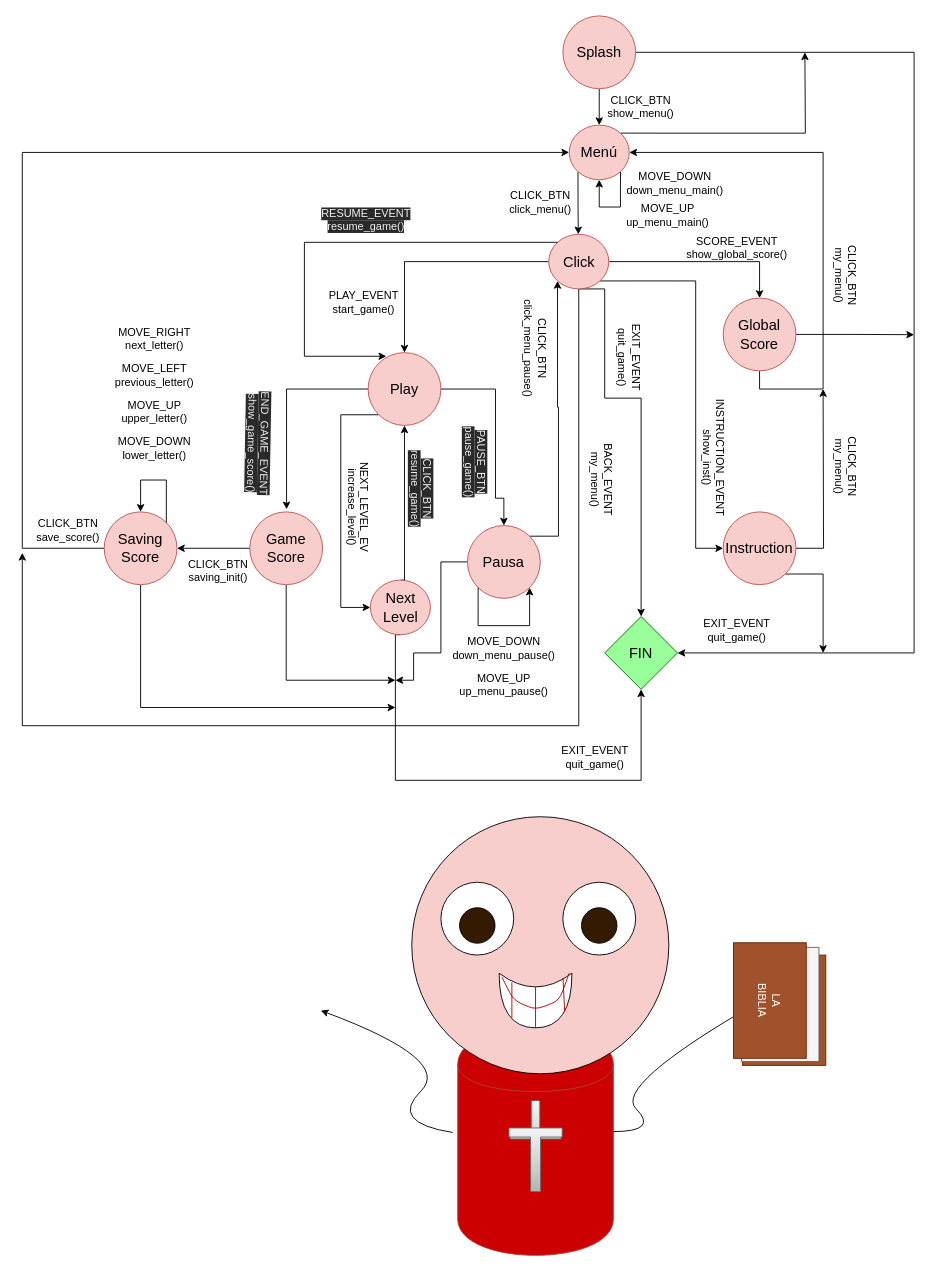
Above: some files/fsm_sketch.dio in KevinWahle/Programacion-1-TP-Integrador (draw.io), before the change. Source tidied: cells renumbered, new cells numbered last; positions are measured from the earlier drawing's top-left corner, leaving out a move shared by most shapes. Both pictures are drawn from the tidied source at 91%, with x=0, y=0 at pixel (22, 15).
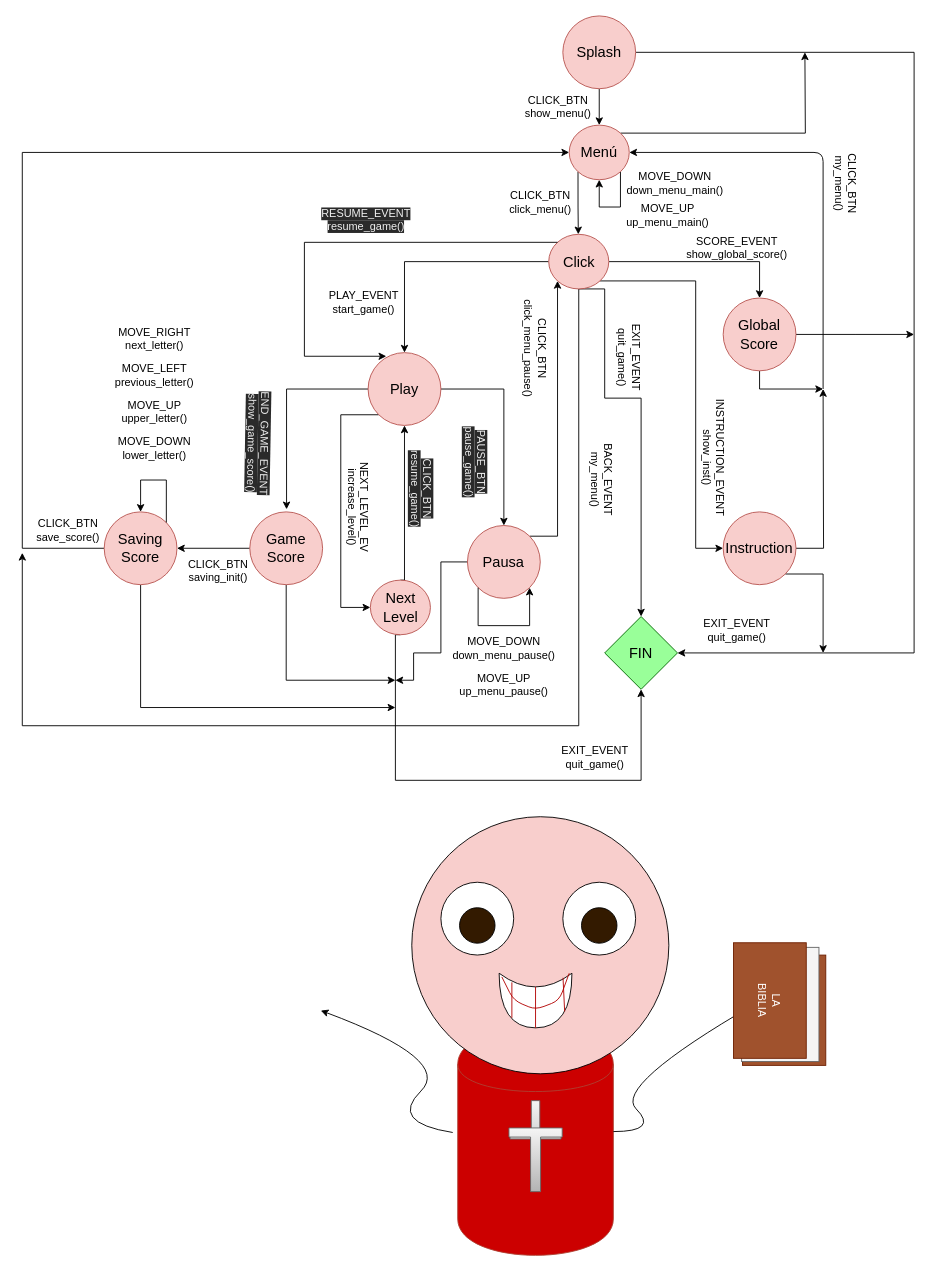
The same diagram, later.

The change refers to these unchanged cells:
```xml
<mxCell id="7" value="Menú" style="ellipse;whiteSpace=wrap;html=1;fillColor=#f8cecc;strokeColor=#b85450;fontColor=#000000;fontSize=16;" parent="1" vertex="1">
  <mxGeometry x="601" y="120" width="66" height="60" as="geometry" />
</mxCell>
<mxCell id="13" value="Global Score" style="ellipse;whiteSpace=wrap;html=1;fillColor=#f8cecc;strokeColor=#b85450;fontColor=#000000;fontSize=16;" parent="1" vertex="1">
  <mxGeometry x="770.2" y="310" width="80" height="80" as="geometry" />
</mxCell>
<mxCell id="19" value="Play" style="ellipse;whiteSpace=wrap;html=1;fillColor=#f8cecc;strokeColor=#b85450;fontColor=#000000;fontSize=16;" parent="1" vertex="1">
  <mxGeometry x="380" y="370" width="80" height="80" as="geometry" />
</mxCell>
<mxCell id="43" value="Click" style="ellipse;whiteSpace=wrap;html=1;fillColor=#f8cecc;strokeColor=#b85450;fontColor=#000000;fontSize=16;" parent="1" vertex="1">
  <mxGeometry x="578.5" y="240" width="66" height="60" as="geometry" />
</mxCell>
<mxCell id="54" value="Pausa" style="ellipse;whiteSpace=wrap;html=1;fillColor=#f8cecc;strokeColor=#b85450;fontColor=#000000;fontSize=16;" parent="1" vertex="1">
  <mxGeometry x="489.2" y="560" width="80" height="80" as="geometry" />
</mxCell>
```

What changed in the source:
```diff
@@
-    <mxCell id="11" style="edgeStyle=orthogonalEdgeStyle;rounded=0;jettySize=auto;html=1;entryX=1;entryY=0.5;entryDx=0;entryDy=0;" parent="1" edge="1" source="13" target="7">
-      <mxGeometry relative="1" as="geometry">
-        <Array as="points">
-          <mxPoint x="880" y="410" />
-          <mxPoint x="880" y="150" />
-        </Array>
-      </mxGeometry>
-    </mxCell>
     <mxCell id="12" style="edgeStyle=orthogonalEdgeStyle;rounded=0;jettySize=auto;html=1;exitX=1;exitY=0.5;exitDx=0;exitDy=0;" parent="1" edge="1" source="13">
       <mxGeometry relative="1" as="geometry">
-        <mxPoint x="980" y="350.3" as="targetPoint" />
+        <mxPoint x="980" y="350" as="targetPoint" />
       </mxGeometry>
     </mxCell>
+    <mxCell id="86" style="edgeStyle=orthogonalEdgeStyle;rounded=0;jettySize=auto;html=1;exitX=0.5;exitY=1;exitDx=0;exitDy=0;" parent="1" edge="1" source="13">
+      <mxGeometry relative="1" as="geometry">
+        <mxPoint x="880" y="410" as="targetPoint" />
+        <Array as="points">
+          <mxPoint x="810" y="410" />
+          <mxPoint x="880" y="410" />
+        </Array>
+      </mxGeometry>
+    </mxCell>
@@
     <mxCell id="15" value="CLICK_BTN&lt;br&gt;show_menu()" style="text;html=1;strokeColor=none;fillColor=none;align=center;verticalAlign=middle;whiteSpace=wrap;rounded=0;" parent="1" vertex="1">
-      <mxGeometry x="660" y="90" width="40" height="20" as="geometry" />
+      <mxGeometry x="569.2" y="90" width="40" height="20" as="geometry" />
     </mxCell>
     <mxCell id="16" style="edgeStyle=orthogonalEdgeStyle;rounded=0;jettySize=auto;html=1;exitX=1;exitY=0.5;exitDx=0;exitDy=0;entryX=0.5;entryY=0;entryDx=0;entryDy=0;" parent="1" edge="1" source="19" target="54">
       <mxGeometry relative="1" as="geometry">
         <Array as="points">
-          <mxPoint x="520" y="410" />
-          <mxPoint x="520" y="530" />
-          <mxPoint x="529" y="530" />
+          <mxPoint x="529" y="410" />
         </Array>
       </mxGeometry>
     </mxCell>
@@
     <mxCell id="52" style="edgeStyle=orthogonalEdgeStyle;rounded=0;jettySize=auto;html=1;exitX=1;exitY=0;exitDx=0;exitDy=0;entryX=0;entryY=1;entryDx=0;entryDy=0;" parent="1" edge="1" source="54" target="43">
-      <mxGeometry relative="1" as="geometry" />
+      <mxGeometry relative="1" as="geometry">
+        <Array as="points">
+          <mxPoint x="588" y="572" />
+        </Array>
+      </mxGeometry>
     </mxCell>
@@
     <mxCell id="56" value="CLICK_BTN&lt;br&gt;my_menu()" style="text;html=1;align=center;verticalAlign=middle;rotation=90;" parent="1" vertex="1">
-      <mxGeometry x="865.2" y="270" width="80" height="30" as="geometry" />
+      <mxGeometry x="865.2" y="169" width="80" height="30" as="geometry" />
     </mxCell>
@@
-    <mxCell id="72" value="CLICK_BTN&lt;br&gt;my_menu()" style="text;html=1;align=center;verticalAlign=middle;rotation=90;" parent="1" vertex="1">
-      <mxGeometry x="865.2" y="480" width="80" height="30" as="geometry" />
-    </mxCell>
@@
+    <mxCell id="87" style="endArrow=classic;html=1;entryX=1;entryY=0.5;entryDx=0;entryDy=0;" parent="1" edge="1" target="7">
+      <mxGeometry relative="1" as="geometry">
+        <mxPoint x="880" y="410" as="sourcePoint" />
+        <Array as="points">
+          <mxPoint x="880" y="150" />
+        </Array>
+      </mxGeometry>
+    </mxCell>
```
